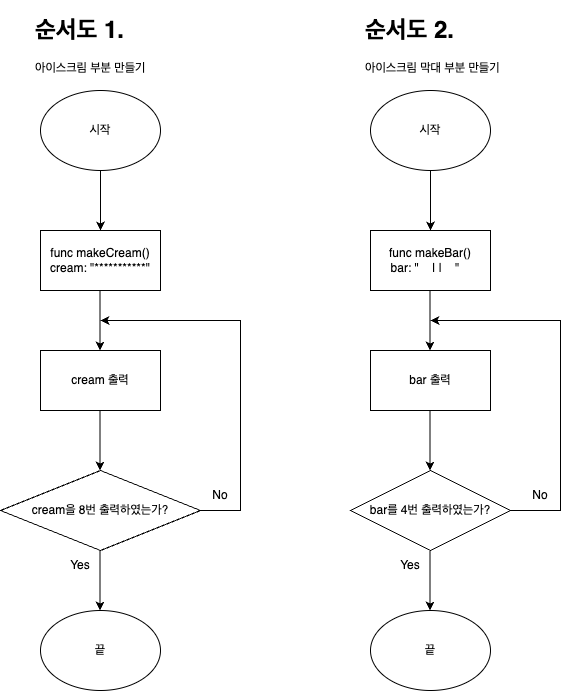
Earlier version of the draw.io export CodeStarterCamp_Week1/make-icecream-flow.png (yagom-academy/swift-starter-Round1). Source tidied: cells renumbered, new cells last; positions are measured from the earlier drawing's top-left corner, leaving out a move shared by most shapes.
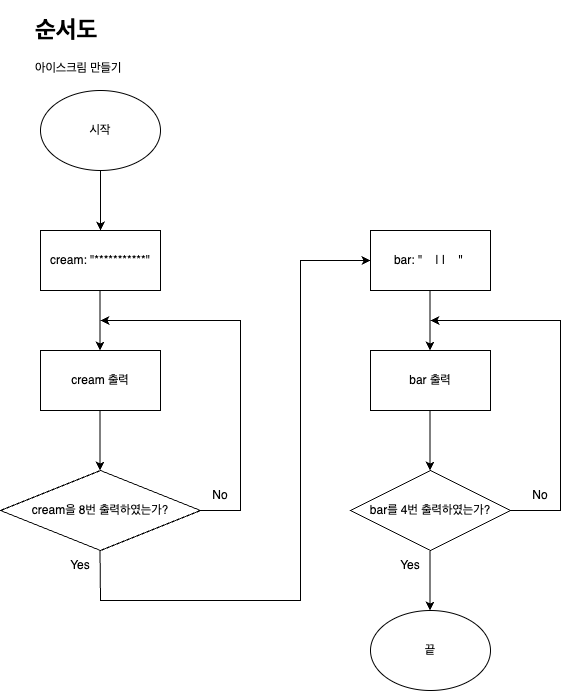
After the change.

Commit message:
docs: 순서도 내용 수정

순서도 1,2를 구분하지 않고, 내용을 합쳐 코드의 전체 흐름을 이해할 수 있도록 함.

The edit, as a diff of the source:
```diff
@@ -2,16 +2,13 @@
   <root>
     <mxCell id="0" />
     <mxCell id="1" parent="0" />
-    <mxCell id="2" value="끝" style="ellipse;whiteSpace=wrap;html=1;" parent="1" vertex="1">
-      <mxGeometry x="40" y="600" width="120" height="80" as="geometry" />
-    </mxCell>
     <mxCell id="3" style="endArrow=classic;html=1;rounded=0;" parent="1" edge="1">
       <mxGeometry relative="1" as="geometry">
         <mxPoint x="100" y="160" as="sourcePoint" />
         <mxPoint x="100" y="220" as="targetPoint" />
       </mxGeometry>
     </mxCell>
-    <mxCell id="4" value="func makeCream()&lt;br&gt;cream: &quot;***********&quot;" style="rounded=0;whiteSpace=wrap;html=1;" parent="1" vertex="1">
+    <mxCell id="4" value="cream: &quot;***********&quot;" style="rounded=0;whiteSpace=wrap;html=1;" parent="1" vertex="1">
       <mxGeometry x="40" y="220" width="120" height="60" as="geometry" />
     </mxCell>
     <mxCell id="5" style="endArrow=classic;html=1;rounded=0;" parent="1" edge="1">
@@ -29,19 +26,10 @@
         <mxPoint x="99.5" y="460" as="targetPoint" />
       </mxGeometry>
     </mxCell>
-    <mxCell id="8" value="&lt;h1&gt;순서도 1.&lt;/h1&gt;&lt;p&gt;아이스크림 부분 만들기&lt;br&gt;&lt;/p&gt;" style="text;html=1;strokeColor=none;fillColor=none;spacing=5;spacingTop=-20;whiteSpace=wrap;overflow=hidden;rounded=0;" parent="1" vertex="1">
+    <mxCell id="8" value="&lt;h1&gt;순서도&lt;/h1&gt;&lt;p&gt;아이스크림 만들기&lt;br&gt;&lt;/p&gt;" style="text;html=1;strokeColor=none;fillColor=none;spacing=5;spacingTop=-20;whiteSpace=wrap;overflow=hidden;rounded=0;" parent="1" vertex="1">
       <mxGeometry x="30" width="140" height="70" as="geometry" />
     </mxCell>
-    <mxCell id="9" value="시작" style="ellipse;whiteSpace=wrap;html=1;" parent="1" vertex="1">
-      <mxGeometry x="370" y="80" width="120" height="80" as="geometry" />
-    </mxCell>
-    <mxCell id="10" style="endArrow=classic;html=1;rounded=0;" parent="1" edge="1">
-      <mxGeometry relative="1" as="geometry">
-        <mxPoint x="430" y="160" as="sourcePoint" />
-        <mxPoint x="430" y="220" as="targetPoint" />
-      </mxGeometry>
-    </mxCell>
-    <mxCell id="11" value="func makeBar()&lt;br&gt;bar: &quot;&amp;nbsp; &amp;nbsp; | |&amp;nbsp; &amp;nbsp; &quot;&amp;nbsp; &amp;nbsp; " style="rounded=0;whiteSpace=wrap;html=1;" parent="1" vertex="1">
+    <mxCell id="11" value="bar: &quot;&amp;nbsp; &amp;nbsp; | |&amp;nbsp; &amp;nbsp; &quot;&amp;nbsp;" style="rounded=0;whiteSpace=wrap;html=1;" parent="1" vertex="1">
       <mxGeometry x="370" y="220" width="120" height="60" as="geometry" />
     </mxCell>
     <mxCell id="12" style="endArrow=classic;html=1;rounded=0;" parent="1" edge="1">
@@ -59,9 +47,6 @@
         <mxPoint x="429.5" y="460" as="targetPoint" />
       </mxGeometry>
     </mxCell>
-    <mxCell id="15" value="&lt;h1&gt;순서도 2.&lt;/h1&gt;&lt;p&gt;아이스크림 막대 부분 만들기&lt;/p&gt;" style="text;html=1;strokeColor=none;fillColor=none;spacing=5;spacingTop=-20;whiteSpace=wrap;overflow=hidden;rounded=0;" parent="1" vertex="1">
-      <mxGeometry x="360" width="160" height="70" as="geometry" />
-    </mxCell>
     <mxCell id="16" value="bar를 4번 출력하였는가?" style="rhombus;whiteSpace=wrap;html=1;" parent="1" vertex="1">
       <mxGeometry x="350" y="460" width="160" height="80" as="geometry" />
     </mxCell>
@@ -77,10 +62,14 @@
     <mxCell id="18" value="cream을 8번 출력하였는가?" style="rhombus;whiteSpace=wrap;html=1;" parent="1" vertex="1">
       <mxGeometry y="460" width="200" height="80" as="geometry" />
     </mxCell>
-    <mxCell id="19" style="endArrow=classic;html=1;rounded=0;" parent="1" edge="1">
+    <mxCell id="19" style="endArrow=classic;html=1;rounded=0;entryX=0;entryY=0.5;entryDx=0;entryDy=0;" parent="1" edge="1" target="11">
       <mxGeometry relative="1" as="geometry">
         <mxPoint x="99.5" y="540" as="sourcePoint" />
-        <mxPoint x="99.5" y="600" as="targetPoint" />
+        <Array as="points">
+          <mxPoint x="100" y="590" />
+          <mxPoint x="300" y="590" />
+          <mxPoint x="300" y="250" />
+        </Array>
       </mxGeometry>
     </mxCell>
     <mxCell id="20" value="No" style="text;html=1;strokeColor=none;fillColor=none;align=center;verticalAlign=middle;whiteSpace=wrap;rounded=0;" parent="1" vertex="1">
```
